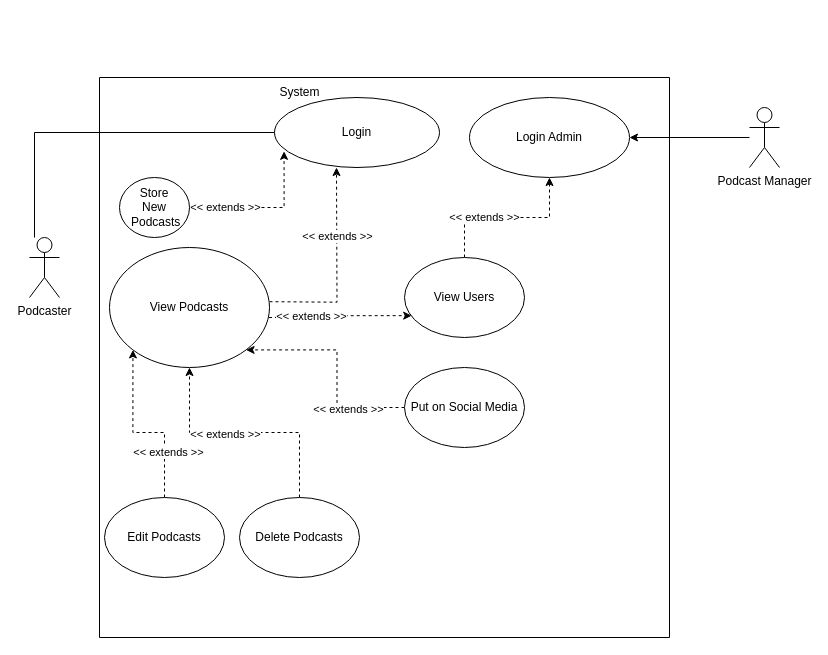
Glizzus/COMP-3700 keeps this draw.io diagram as use-case-diagram.drawio. Above is the earlier version. Source tidied: cells renumbered, new cells numbered last; positions are measured from the earlier drawing's top-left corner, leaving out a move shared by most shapes. Both pictures are drawn from the tidied source at 100%, with x=0, y=0 at pixel (29, 77).
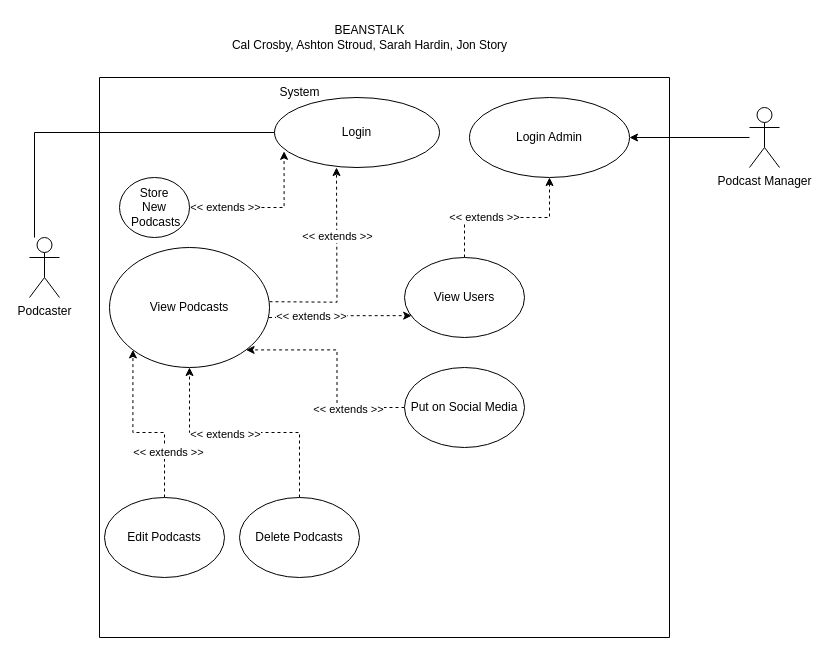
The same page after the edit.

Diff of the diagram source:
```diff
@@
+    <mxCell id="30" value="BEANSTALK&lt;br&gt;Cal Crosby, Ashton Stroud, Sarah Hardin, Jon Story" style="text;html=1;align=center;verticalAlign=middle;strokeColor=none;fillColor=none;" parent="1" vertex="1">
+      <mxGeometry x="190" y="-60" width="300" height="40" as="geometry" />
+    </mxCell>
```
